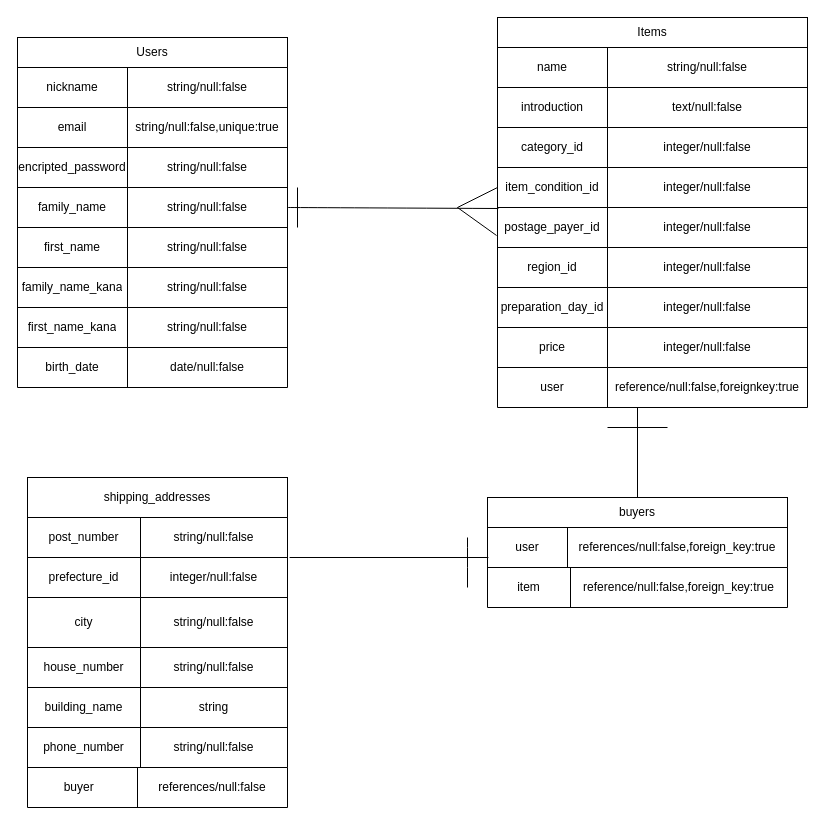
Before: furima_ER.dio in shumpei07/furima-38770, a draw.io diagram. Source tidied: cells renumbered, new cells numbered last; positions are measured from the earlier drawing's top-left corner, leaving out a move shared by most shapes. Both pictures are drawn from the tidied source at 100%, with x=0, y=0 at pixel (17, 17).
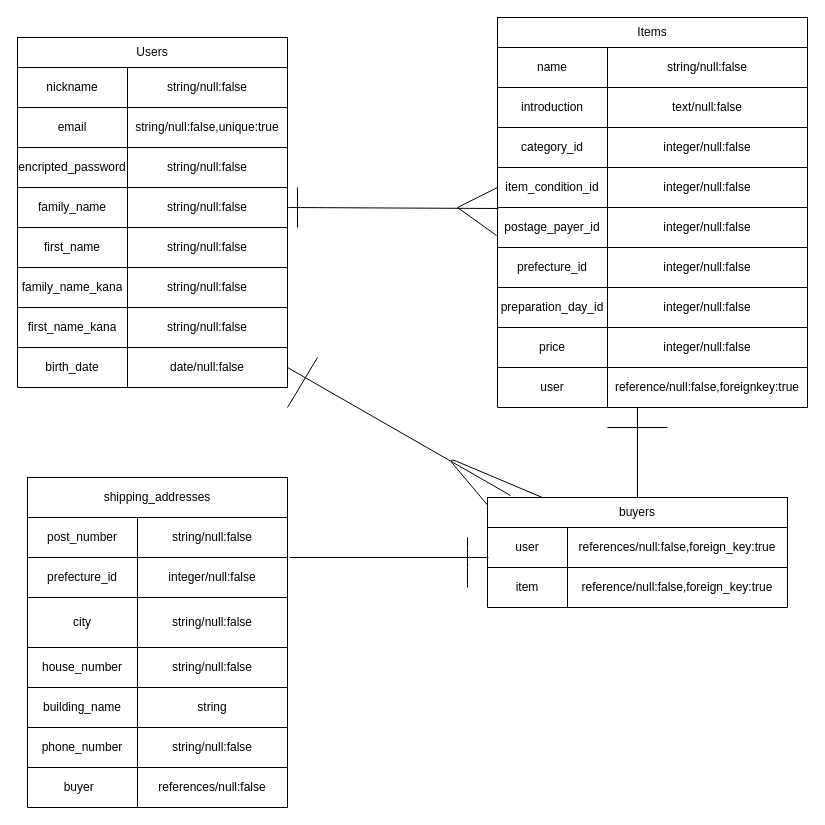
The same page after the edit.

Unchanged cells that the change refers to:
```xml
<mxCell id="19" style="shape=tableRow;horizontal=0;startSize=0;swimlaneHead=0;swimlaneBody=0;top=0;left=0;bottom=0;right=0;fillColor=none;html=0;" parent="3" vertex="1">
  <mxGeometry y="200" width="310" height="40" as="geometry" />
</mxCell>
<mxCell id="53" style="shape=tableRow;horizontal=0;startSize=0;swimlaneHead=0;swimlaneBody=0;top=0;left=0;bottom=0;right=0;fillColor=none;points=[[0,0.5],[1,0.5]];portConstraint=eastwest;html=0;" parent="31" vertex="1">
  <mxGeometry y="280" width="270" height="40" as="geometry" />
</mxCell>
<mxCell id="65" value="buyers" style="rounded=0;whiteSpace=wrap;html=1;" parent="1" vertex="1">
  <mxGeometry x="470" y="480" width="300" height="30" as="geometry" />
</mxCell>
<mxCell id="68" style="shape=tableRow;horizontal=0;startSize=0;swimlaneHead=0;swimlaneBody=0;top=0;left=0;bottom=0;right=0;fillColor=none;" parent="67" vertex="1">
  <mxGeometry width="260" height="40" as="geometry" />
</mxCell>
<mxCell id="71" style="shape=tableRow;horizontal=0;startSize=0;swimlaneHead=0;swimlaneBody=0;top=0;left=0;bottom=0;right=0;fillColor=none;points=[[0,0.5],[1,0.5]];portConstraint=eastwest;" parent="67" vertex="1">
  <mxGeometry y="40" width="260" height="40" as="geometry" />
</mxCell>
<mxCell id="74" style="shape=tableRow;horizontal=0;startSize=0;swimlaneHead=0;swimlaneBody=0;top=0;left=0;bottom=0;right=0;fillColor=none;" parent="67" vertex="1">
  <mxGeometry y="80" width="260" height="50" as="geometry" />
</mxCell>
<mxCell id="77" style="shape=tableRow;horizontal=0;startSize=0;swimlaneHead=0;swimlaneBody=0;top=0;left=0;bottom=0;right=0;fillColor=none;" parent="67" vertex="1">
  <mxGeometry y="130" width="260" height="40" as="geometry" />
</mxCell>
<mxCell id="80" style="shape=tableRow;horizontal=0;startSize=0;swimlaneHead=0;swimlaneBody=0;top=0;left=0;bottom=0;right=0;fillColor=none;" parent="67" vertex="1">
  <mxGeometry y="170" width="260" height="40" as="geometry" />
</mxCell>
<mxCell id="83" style="shape=tableRow;horizontal=0;startSize=0;swimlaneHead=0;swimlaneBody=0;top=0;left=0;bottom=0;right=0;fillColor=none;" parent="67" vertex="1">
  <mxGeometry y="210" width="260" height="40" as="geometry" />
</mxCell>
<mxCell id="91" style="shape=tableRow;horizontal=0;startSize=0;swimlaneHead=0;swimlaneBody=0;top=0;left=0;bottom=0;right=0;fillColor=none;" parent="90" vertex="1">
  <mxGeometry width="300" height="40" as="geometry" />
</mxCell>
```

Diff of the diagram source:
```diff
@@
-    <mxCell id="20" value="region_id" style="shape=partialRectangle;html=1;whiteSpace=wrap;overflow=hidden;fillColor=none;top=0;left=0;bottom=0;right=0;" parent="19" vertex="1">
+    <mxCell id="20" value="prefecture_id" style="shape=partialRectangle;html=1;whiteSpace=wrap;overflow=hidden;fillColor=none;top=0;left=0;bottom=0;right=0;" parent="19" vertex="1">
       <mxGeometry width="110" height="40" as="geometry" />
     </mxCell>
@@
     <mxCell id="69" value="post_number" style="shape=partialRectangle;html=1;whiteSpace=wrap;overflow=hidden;fillColor=none;top=0;left=0;bottom=0;right=0;" parent="68" vertex="1">
-      <mxGeometry width="113" height="40" as="geometry" />
+      <mxGeometry width="110" height="40" as="geometry" />
     </mxCell>
     <mxCell id="70" value="string/null:false" style="shape=partialRectangle;html=1;whiteSpace=wrap;overflow=hidden;fillColor=none;top=0;left=0;bottom=0;right=0;" parent="68" vertex="1">
-      <mxGeometry x="113" width="147" height="40" as="geometry" />
+      <mxGeometry x="110" width="150" height="40" as="geometry" />
     </mxCell>
@@
     <mxCell id="72" value="prefecture_id" style="shape=partialRectangle;html=1;whiteSpace=wrap;overflow=hidden;fillColor=none;top=0;left=0;bottom=0;right=0;" parent="71" vertex="1">
-      <mxGeometry width="113" height="40" as="geometry" />
+      <mxGeometry width="110" height="40" as="geometry" />
     </mxCell>
     <mxCell id="73" value="integer/null:false" style="shape=partialRectangle;html=1;whiteSpace=wrap;overflow=hidden;fillColor=none;top=0;left=0;bottom=0;right=0;" parent="71" vertex="1">
-      <mxGeometry x="113" width="147" height="40" as="geometry" />
+      <mxGeometry x="110" width="150" height="40" as="geometry" />
     </mxCell>
@@
     <mxCell id="75" value="city" style="shape=partialRectangle;html=1;whiteSpace=wrap;overflow=hidden;fillColor=none;top=0;left=0;bottom=0;right=0;" parent="74" vertex="1">
-      <mxGeometry width="113" height="50" as="geometry" />
+      <mxGeometry width="110" height="50" as="geometry" />
     </mxCell>
     <mxCell id="76" value="string/null:false" style="shape=partialRectangle;html=1;whiteSpace=wrap;overflow=hidden;fillColor=none;top=0;left=0;bottom=0;right=0;" parent="74" vertex="1">
-      <mxGeometry x="113" width="147" height="50" as="geometry" />
+      <mxGeometry x="110" width="150" height="50" as="geometry" />
     </mxCell>
@@
     <mxCell id="78" value="house_number" style="shape=partialRectangle;html=1;whiteSpace=wrap;overflow=hidden;fillColor=none;top=0;left=0;bottom=0;right=0;" parent="77" vertex="1">
-      <mxGeometry width="113" height="40" as="geometry" />
+      <mxGeometry width="110" height="40" as="geometry" />
     </mxCell>
     <mxCell id="79" value="string/null:false" style="shape=partialRectangle;html=1;whiteSpace=wrap;overflow=hidden;fillColor=none;top=0;left=0;bottom=0;right=0;" parent="77" vertex="1">
-      <mxGeometry x="113" width="147" height="40" as="geometry" />
+      <mxGeometry x="110" width="150" height="40" as="geometry" />
     </mxCell>
@@
     <mxCell id="81" value="building_name" style="shape=partialRectangle;html=1;whiteSpace=wrap;overflow=hidden;fillColor=none;top=0;left=0;bottom=0;right=0;" parent="80" vertex="1">
-      <mxGeometry width="113" height="40" as="geometry" />
+      <mxGeometry width="110" height="40" as="geometry" />
     </mxCell>
     <mxCell id="82" value="string" style="shape=partialRectangle;html=1;whiteSpace=wrap;overflow=hidden;fillColor=none;top=0;left=0;bottom=0;right=0;" parent="80" vertex="1">
-      <mxGeometry x="113" width="147" height="40" as="geometry" />
+      <mxGeometry x="110" width="150" height="40" as="geometry" />
     </mxCell>
@@
     <mxCell id="84" value="phone_number" style="shape=partialRectangle;html=1;whiteSpace=wrap;overflow=hidden;fillColor=none;top=0;left=0;bottom=0;right=0;" parent="83" vertex="1">
-      <mxGeometry width="113" height="40" as="geometry" />
+      <mxGeometry width="110" height="40" as="geometry" />
     </mxCell>
     <mxCell id="85" value="string/null:false" style="shape=partialRectangle;html=1;whiteSpace=wrap;overflow=hidden;fillColor=none;top=0;left=0;bottom=0;right=0;" parent="83" vertex="1">
-      <mxGeometry x="113" width="147" height="40" as="geometry" />
+      <mxGeometry x="110" width="150" height="40" as="geometry" />
     </mxCell>
@@
     <mxCell id="92" value="item" style="shape=partialRectangle;html=1;whiteSpace=wrap;overflow=hidden;fillColor=none;top=0;left=0;bottom=0;right=0;" parent="91" vertex="1">
-      <mxGeometry width="83" height="40" as="geometry" />
+      <mxGeometry width="80" height="40" as="geometry" />
     </mxCell>
     <mxCell id="93" value="reference/null:false,foreign_key:true" style="shape=partialRectangle;html=1;whiteSpace=wrap;overflow=hidden;fillColor=none;top=0;left=0;bottom=0;right=0;" parent="91" vertex="1">
-      <mxGeometry x="83" width="217" height="40" as="geometry" />
+      <mxGeometry x="80" width="220" height="40" as="geometry" />
     </mxCell>
@@
+    <mxCell id="98" style="endArrow=none;html=1;exitX=1;exitY=0.5;exitDx=0;exitDy=0;entryX=0.077;entryY=-0.067;entryDx=0;entryDy=0;entryPerimeter=0;" parent="1" edge="1" source="53" target="65">
+      <mxGeometry relative="1" as="geometry" />
+    </mxCell>
+    <mxCell id="99" style="endArrow=none;html=1;" parent="1" edge="1">
+      <mxGeometry relative="1" as="geometry">
+        <mxPoint x="270" y="390" as="sourcePoint" />
+        <mxPoint x="300" y="340" as="targetPoint" />
+      </mxGeometry>
+    </mxCell>
+    <mxCell id="100" style="endArrow=none;html=1;exitX=0;exitY=0.25;exitDx=0;exitDy=0;entryX=0.183;entryY=0;entryDx=0;entryDy=0;entryPerimeter=0;" parent="1" edge="1" source="65" target="65">
+      <mxGeometry relative="1" as="geometry">
+        <Array as="points">
+          <mxPoint x="430" y="440" />
+        </Array>
+      </mxGeometry>
+    </mxCell>
```
